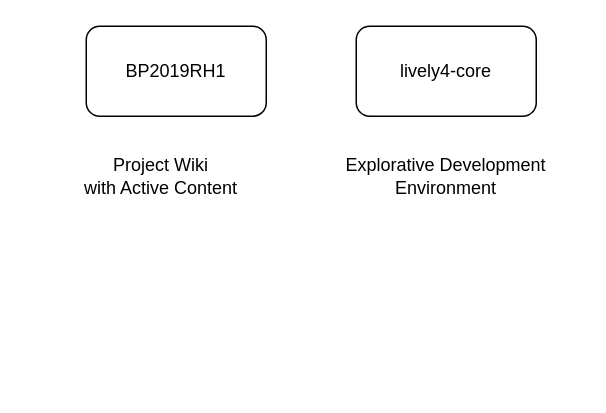
The draw.io diagram doc/BP2019RH1.drawio in hpi-swa-lab/BP2019RH1, before the edit. Source tidied: cells renumbered, new cells numbered last; positions are measured from the earlier drawing's top-left corner, leaving out a move shared by most shapes. Both pictures are drawn from the tidied source at 150%, with x=0, y=0 at pixel (26, 26).
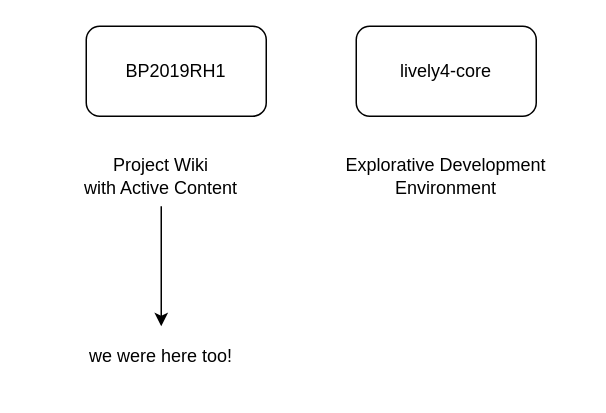
After the change.

Diff of the diagram source:
```diff
@@
 <mxGraphModel background="#ffffff">
   <root>
     <mxCell id="0" />
     <mxCell id="1" parent="0" />
     <mxCell id="2" value="lively4-core" style="rounded=1;whiteSpace=wrap;html=1;" parent="1" vertex="1">
       <mxGeometry x="220" width="120" height="60" as="geometry" />
     </mxCell>
     <mxCell id="3" value="BP2019RH1" style="rounded=1;whiteSpace=wrap;html=1;" parent="1" vertex="1">
       <mxGeometry x="40" width="120" height="60" as="geometry" />
     </mxCell>
     <mxCell id="4" value="Explorative Development Environment" style="text;html=1;strokeColor=none;fillColor=none;align=center;verticalAlign=middle;whiteSpace=wrap;rounded=0;" parent="1" vertex="1">
       <mxGeometry x="190" y="80" width="180" height="40" as="geometry" />
     </mxCell>
+    <mxCell id="6" style="edgeStyle=orthogonalEdgeStyle;rounded=0;jettySize=auto;html=1;" parent="1" edge="1" source="5" target="7">
+      <mxGeometry relative="1" as="geometry" />
+    </mxCell>
     <mxCell id="5" value="Project Wiki&lt;br&gt;with Active Content" style="text;html=1;strokeColor=none;fillColor=none;align=center;verticalAlign=middle;whiteSpace=wrap;rounded=0;" parent="1" vertex="1">
       <mxGeometry y="80" width="180" height="40" as="geometry" />
     </mxCell>
+    <mxCell id="7" value="we were here too!" style="text;html=1;strokeColor=none;fillColor=none;align=center;verticalAlign=middle;whiteSpace=wrap;rounded=0;" parent="1" vertex="1">
+      <mxGeometry y="200" width="180" height="40" as="geometry" />
+    </mxCell>
   </root>
 </mxGraphModel>
```
